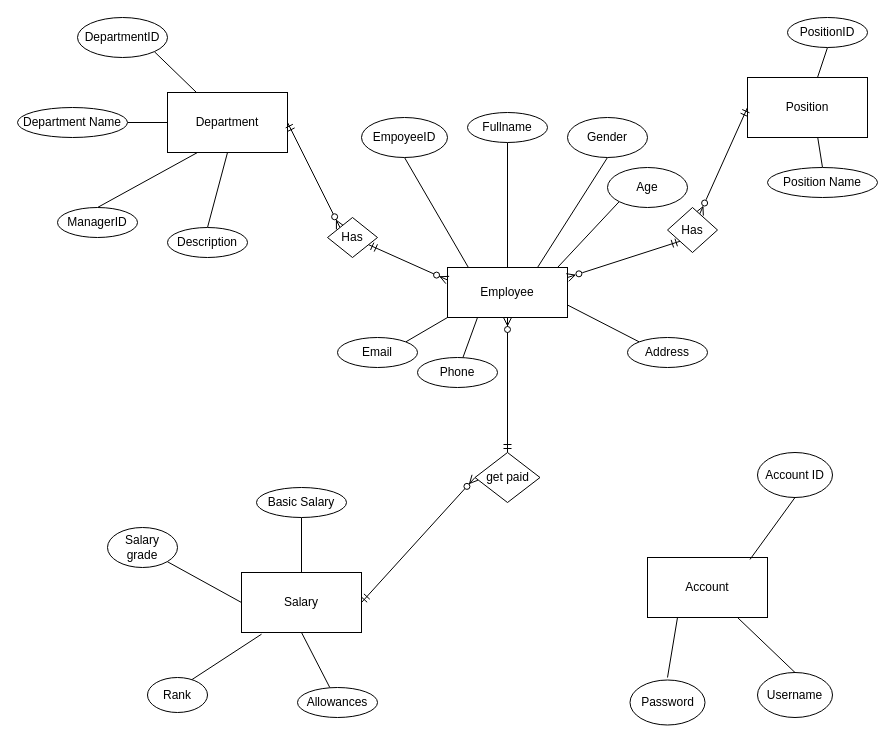
This is QLNS.drawio from dodangtuan/baitestjava1, a draw.io file, before an edit. Source tidied: cells renumbered, new cells numbered last; positions are measured from the earlier drawing's top-left corner, leaving out a move shared by most shapes. Both pictures are drawn from the tidied source at 100%, with x=0, y=0 at pixel (17, 17).
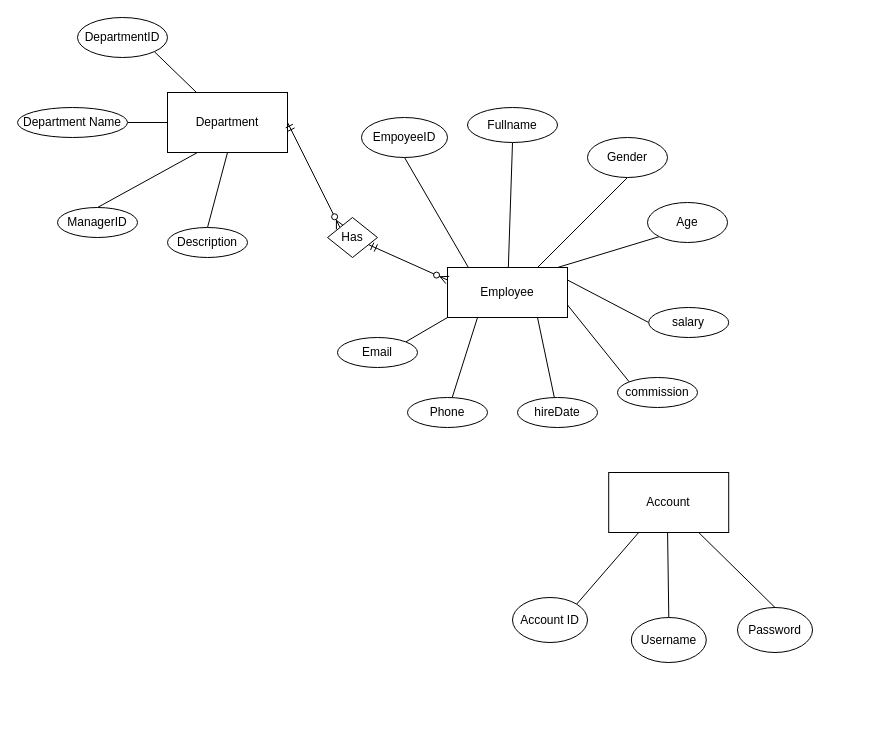
After the change.

The change refers to these unchanged cells:
```xml
<mxCell id="3" value="Employee " style="rounded=0;whiteSpace=wrap;html=1;" parent="1" vertex="1">
  <mxGeometry x="430" y="250" width="120" height="50" as="geometry" />
</mxCell>
```

Change to the diagram source:
```diff
@@
+    <mxCell id="57" style="rounded=0;jettySize=auto;html=1;exitX=0.75;exitY=1;exitDx=0;exitDy=0;endArrow=none;endFill=0;" parent="1" edge="1" source="3" target="59">
+      <mxGeometry relative="1" as="geometry" />
+    </mxCell>
+    <mxCell id="58" style="rounded=0;jettySize=auto;html=1;exitX=1;exitY=0.25;exitDx=0;exitDy=0;entryX=0;entryY=0.5;entryDx=0;entryDy=0;endArrow=none;endFill=0;" parent="1" edge="1" source="3" target="60">
+      <mxGeometry relative="1" as="geometry" />
+    </mxCell>
@@
-    <mxCell id="4" style="rounded=0;jettySize=auto;html=1;exitX=0;exitY=1;exitDx=0;exitDy=0;startArrow=ERmandOne;startFill=0;endArrow=ERzeroToMany;endFill=0;" parent="1" edge="1" source="44">
-      <mxGeometry relative="1" as="geometry">
-        <mxPoint x="550" y="260" as="targetPoint" />
-      </mxGeometry>
-    </mxCell>
-    <mxCell id="5" value="Position" style="rounded=0;whiteSpace=wrap;html=1;" parent="1" vertex="1">
-      <mxGeometry x="730" y="60" width="120" height="60" as="geometry" />
-    </mxCell>
-    <mxCell id="6" style="rounded=0;jettySize=auto;html=1;exitX=0.5;exitY=1;exitDx=0;exitDy=0;endArrow=none;endFill=0;" parent="1" edge="1" source="7" target="34">
-      <mxGeometry relative="1" as="geometry" />
-    </mxCell>
-    <mxCell id="7" value="Salary " style="rounded=0;whiteSpace=wrap;html=1;" parent="1" vertex="1">
-      <mxGeometry x="224" y="555" width="120" height="60" as="geometry" />
-    </mxCell>
@@
-    <mxCell id="12" style="fontSize=12;html=1;endArrow=ERzeroToMany;startArrow=ERmandOne;rounded=0;elbow=vertical;entryX=0.5;entryY=1;entryDx=0;entryDy=0;exitX=0.5;exitY=0;exitDx=0;exitDy=0;" parent="1" edge="1" source="40" target="3">
-      <mxGeometry relative="1" as="geometry" />
-    </mxCell>
@@
     <mxCell id="16" value="Fullname" style="ellipse;whiteSpace=wrap;html=1;" parent="1" vertex="1">
-      <mxGeometry x="450" y="95" width="80" height="30" as="geometry" />
+      <mxGeometry x="450" y="90" width="90" height="35" as="geometry" />
     </mxCell>
@@
     <mxCell id="18" value="Gender" style="ellipse;whiteSpace=wrap;html=1;" parent="1" vertex="1">
-      <mxGeometry x="550" y="100" width="80" height="40" as="geometry" />
+      <mxGeometry x="570" y="120" width="80" height="40" as="geometry" />
     </mxCell>
     <mxCell id="19" value="Phone" style="ellipse;whiteSpace=wrap;html=1;" parent="1" vertex="1">
-      <mxGeometry x="400" y="340" width="80" height="30" as="geometry" />
+      <mxGeometry x="390" y="380" width="80" height="30" as="geometry" />
     </mxCell>
@@
-    <mxCell id="21" value="Address" style="ellipse;whiteSpace=wrap;html=1;" parent="1" vertex="1">
-      <mxGeometry x="610" y="320" width="80" height="30" as="geometry" />
+    <mxCell id="21" value="commission" style="ellipse;whiteSpace=wrap;html=1;" parent="1" vertex="1">
+      <mxGeometry x="600" y="360" width="80" height="30" as="geometry" />
     </mxCell>
@@
-    <mxCell id="28" style="rounded=0;jettySize=auto;html=1;exitX=0.5;exitY=1;exitDx=0;exitDy=0;endArrow=none;endFill=0;" parent="1" edge="1" source="29" target="5">
-      <mxGeometry relative="1" as="geometry" />
-    </mxCell>
-    <mxCell id="29" value="PositionID" style="ellipse;whiteSpace=wrap;html=1;" parent="1" vertex="1">
-      <mxGeometry x="770" width="80" height="30" as="geometry" />
-    </mxCell>
-    <mxCell id="30" style="rounded=0;jettySize=auto;html=1;exitX=0.5;exitY=0;exitDx=0;exitDy=0;entryX=0.585;entryY=0.996;entryDx=0;entryDy=0;entryPerimeter=0;endArrow=none;endFill=0;" parent="1" edge="1" source="31" target="5">
-      <mxGeometry relative="1" as="geometry" />
-    </mxCell>
-    <mxCell id="31" value="Position Name" style="ellipse;whiteSpace=wrap;html=1;" parent="1" vertex="1">
-      <mxGeometry x="750" y="150" width="110" height="30" as="geometry" />
-    </mxCell>
-    <mxCell id="32" style="rounded=0;jettySize=auto;html=1;exitX=0.5;exitY=1;exitDx=0;exitDy=0;endArrow=none;endFill=0;entryX=0.5;entryY=0;entryDx=0;entryDy=0;" parent="1" edge="1" source="33" target="7">
-      <mxGeometry relative="1" as="geometry" />
-    </mxCell>
-    <mxCell id="33" value="Basic Salary" style="ellipse;whiteSpace=wrap;html=1;" parent="1" vertex="1">
-      <mxGeometry x="239" y="470" width="90" height="30" as="geometry" />
-    </mxCell>
-    <mxCell id="34" value="Allowances " style="ellipse;whiteSpace=wrap;html=1;" parent="1" vertex="1">
-      <mxGeometry x="280" y="670" width="80" height="30" as="geometry" />
-    </mxCell>
-    <mxCell id="35" style="rounded=0;jettySize=auto;html=1;exitX=0.722;exitY=0.081;exitDx=0;exitDy=0;entryX=0.167;entryY=1.028;entryDx=0;entryDy=0;entryPerimeter=0;endArrow=none;endFill=0;exitPerimeter=0;" parent="1" edge="1" source="36" target="7">
-      <mxGeometry relative="1" as="geometry" />
-    </mxCell>
-    <mxCell id="36" value="Rank" style="ellipse;whiteSpace=wrap;html=1;" parent="1" vertex="1">
-      <mxGeometry x="130" y="660" width="60" height="35" as="geometry" />
-    </mxCell>
-    <mxCell id="37" style="rounded=0;jettySize=auto;html=1;exitX=1;exitY=1;exitDx=0;exitDy=0;entryX=0;entryY=0.5;entryDx=0;entryDy=0;endArrow=none;endFill=0;" parent="1" edge="1" source="38" target="7">
-      <mxGeometry relative="1" as="geometry" />
-    </mxCell>
-    <mxCell id="38" value="Salary grade" style="ellipse;whiteSpace=wrap;html=1;" parent="1" vertex="1">
-      <mxGeometry x="90" y="510" width="70" height="40" as="geometry" />
-    </mxCell>
-    <mxCell id="39" style="fontSize=12;html=1;endArrow=ERzeroToMany;startArrow=ERmandOne;rounded=0;elbow=vertical;entryX=0;entryY=0.5;entryDx=0;entryDy=0;exitX=1;exitY=0.5;exitDx=0;exitDy=0;" parent="1" edge="1" source="7" target="40">
-      <mxGeometry relative="1" as="geometry" />
-    </mxCell>
-    <mxCell id="40" value="get paid" style="rhombus;whiteSpace=wrap;html=1;" parent="1" vertex="1">
-      <mxGeometry x="457.5" y="435" width="65" height="50" as="geometry" />
-    </mxCell>
@@
-    <mxCell id="43" style="rounded=0;jettySize=auto;html=1;exitX=0;exitY=0.5;exitDx=0;exitDy=0;startArrow=ERmandOne;startFill=0;endArrow=ERzeroToMany;endFill=0;" parent="1" edge="1" source="5" target="44">
-      <mxGeometry relative="1" as="geometry" />
-    </mxCell>
-    <mxCell id="44" value="Has" style="rhombus;whiteSpace=wrap;html=1;" parent="1" vertex="1">
-      <mxGeometry x="650" y="190" width="50" height="45" as="geometry" />
-    </mxCell>
@@
-    <mxCell id="48" style="rounded=0;jettySize=auto;html=1;exitX=0.75;exitY=1;exitDx=0;exitDy=0;entryX=0.5;entryY=0;entryDx=0;entryDy=0;endArrow=none;endFill=0;" parent="1" edge="1" source="50" target="53">
+    <mxCell id="48" style="rounded=0;jettySize=auto;html=1;entryX=0.5;entryY=0;entryDx=0;entryDy=0;endArrow=none;endFill=0;exitX=0.49;exitY=0.917;exitDx=0;exitDy=0;exitPerimeter=0;" parent="1" edge="1" source="50" target="53">
       <mxGeometry relative="1" as="geometry" />
     </mxCell>
-    <mxCell id="49" style="rounded=0;jettySize=auto;html=1;exitX=0.25;exitY=1;exitDx=0;exitDy=0;endArrow=none;endFill=0;" parent="1" edge="1" source="50">
-      <mxGeometry relative="1" as="geometry">
-        <mxPoint x="650" y="660" as="targetPoint" />
-      </mxGeometry>
+    <mxCell id="49" style="rounded=0;jettySize=auto;html=1;endArrow=none;endFill=0;entryX=0.5;entryY=0;entryDx=0;entryDy=0;exitX=0.75;exitY=1;exitDx=0;exitDy=0;" parent="1" edge="1" source="50" target="54">
+      <mxGeometry relative="1" as="geometry" />
     </mxCell>
     <mxCell id="50" value="Account" style="rounded=0;whiteSpace=wrap;html=1;" parent="1" vertex="1">
-      <mxGeometry x="630" y="540" width="120" height="60" as="geometry" />
+      <mxGeometry x="591.2" y="455" width="120" height="60" as="geometry" />
     </mxCell>
-    <mxCell id="51" style="rounded=0;jettySize=auto;html=1;exitX=0.5;exitY=1;exitDx=0;exitDy=0;entryX=0.854;entryY=0.033;entryDx=0;entryDy=0;entryPerimeter=0;endArrow=none;endFill=0;" parent="1" edge="1" source="52" target="50">
+    <mxCell id="51" style="rounded=0;jettySize=auto;html=1;exitX=1;exitY=0;exitDx=0;exitDy=0;endArrow=none;endFill=0;entryX=0.25;entryY=1;entryDx=0;entryDy=0;" parent="1" edge="1" source="52" target="50">
       <mxGeometry relative="1" as="geometry" />
     </mxCell>
     <mxCell id="52" value="Account ID" style="ellipse;whiteSpace=wrap;html=1;" parent="1" vertex="1">
-      <mxGeometry x="740" y="435" width="75" height="45" as="geometry" />
+      <mxGeometry x="495" y="580" width="75" height="45" as="geometry" />
     </mxCell>
     <mxCell id="53" value="Username" style="ellipse;whiteSpace=wrap;html=1;" parent="1" vertex="1">
-      <mxGeometry x="740" y="655" width="75" height="45" as="geometry" />
+      <mxGeometry x="613.8" y="600" width="75" height="45" as="geometry" />
     </mxCell>
     <mxCell id="54" value="Password" style="ellipse;whiteSpace=wrap;html=1;" parent="1" vertex="1">
-      <mxGeometry x="612.5" y="662.5" width="75" height="45" as="geometry" />
+      <mxGeometry x="720" y="590" width="75" height="45" as="geometry" />
     </mxCell>
@@
     <mxCell id="56" value="Age" style="ellipse;whiteSpace=wrap;html=1;" parent="1" vertex="1">
-      <mxGeometry x="590" y="150" width="80" height="40" as="geometry" />
+      <mxGeometry x="630" y="185" width="80" height="40" as="geometry" />
     </mxCell>
+    <mxCell id="59" value="hireDate" style="ellipse;whiteSpace=wrap;html=1;" parent="1" vertex="1">
+      <mxGeometry x="500" y="380" width="80" height="30" as="geometry" />
+    </mxCell>
+    <mxCell id="60" value="salary" style="ellipse;whiteSpace=wrap;html=1;" parent="1" vertex="1">
+      <mxGeometry x="631.2" y="290" width="80" height="30" as="geometry" />
+    </mxCell>
```
